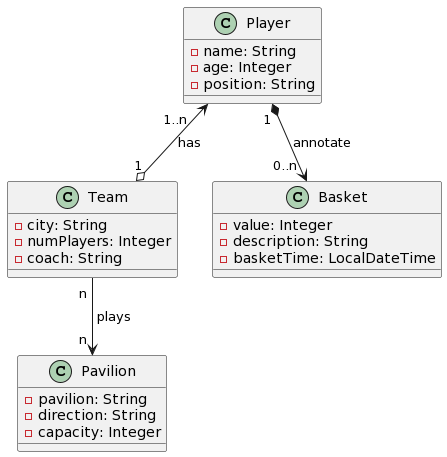
wzzzzwwzw/apaw-practice keeps this PlantUML diagram as docs/basketball.models.png. Above is the earlier version. Its diagram source:
```plantuml
@startuml
class Team {
    - city: String
    - numPlayers: Integer
    - coach: String
}

class Player {
    - name: String
    - age: Integer
    - position: String
}

class Basket {
    - value: Integer
    - description: String
    - basketTime: LocalDateTime
}


class Pavilion {
    - pavilion: String
    - direction: String
    - capacity: Integer
}

Player " 1..n   "<--o "1" Team : has
Team " n " --> "n " Pavilion :  " plays"
Player "1 " *--> " 0..n " Basket :  annotate
@enduml
```
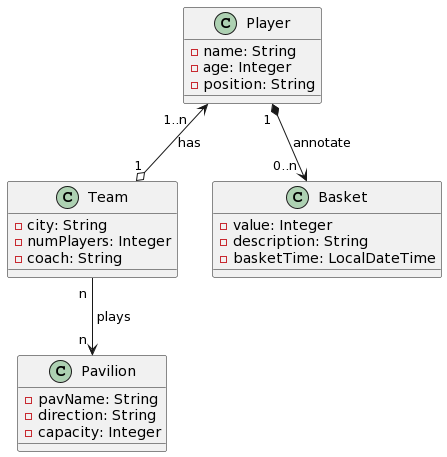
Above is the later version.

Commit message:
changed basketball UML diagram model #469

The edit, as a diff of the source:
```diff
@@ -19,7 +19,7 @@
 
 
 class Pavilion {
-    - pavilion: String
+    - pavName: String
     - direction: String
     - capacity: Integer
 }
```
